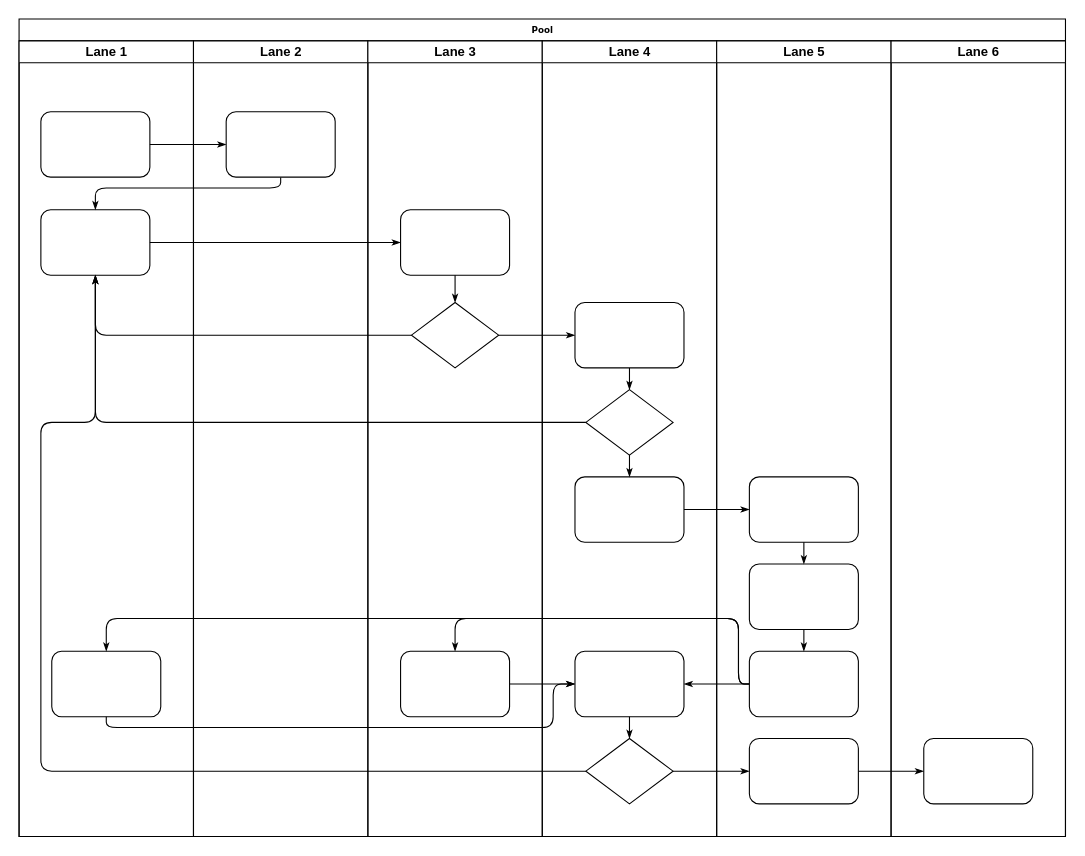
This is Untitled Diagram.drawio from kylaap/ccse100, a draw.io file, before an edit. Source tidied: cells renumbered, new cells numbered last; positions are measured from the earlier drawing's top-left corner, leaving out a move shared by most shapes. Both pictures are drawn from the tidied source at 109%, with x=0, y=0 at pixel (19, 19).
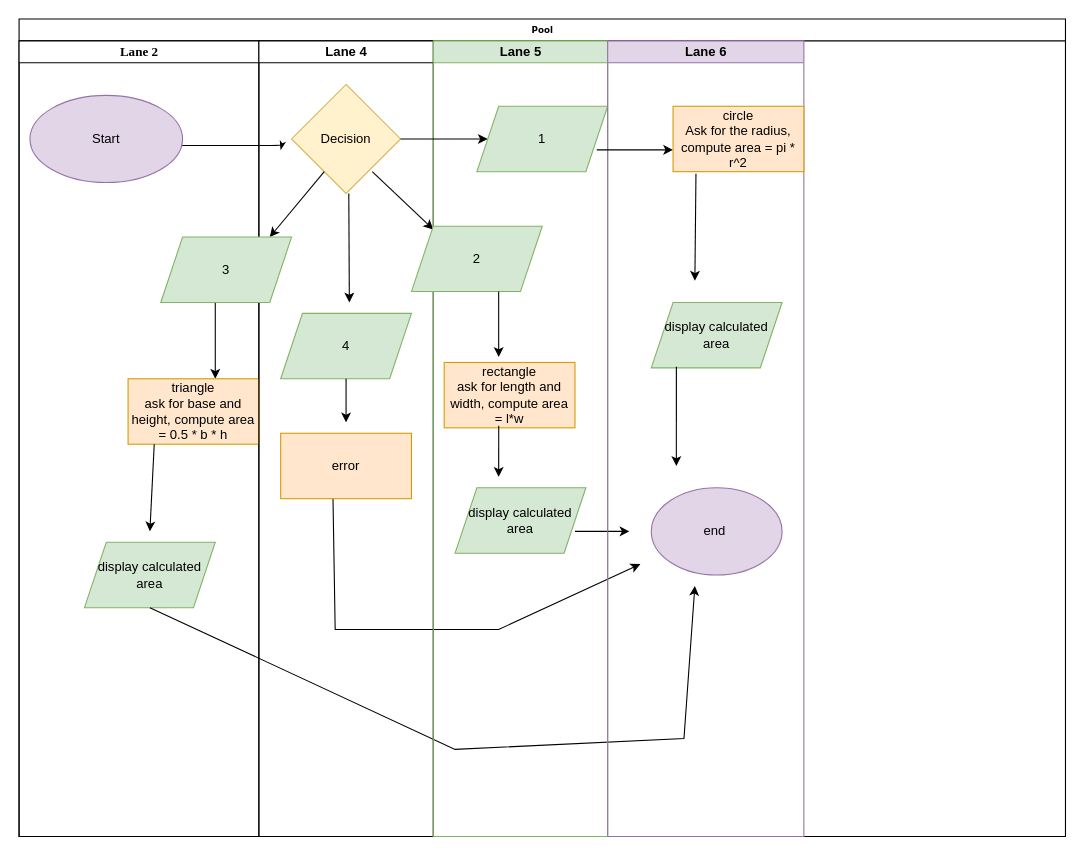
The same page after the edit.

Commit message:
assignment 3 flow chart

Unchanged cells that the change refers to:
```xml
<mxCell id="2" value="Pool" style="swimlane;html=1;startSize=20;rounded=0;shadow=0;labelBackgroundColor=none;strokeWidth=1;fontFamily=Verdana;fontSize=8;align=center;" parent="1" vertex="1">
  <mxGeometry width="960" height="750" as="geometry" />
</mxCell>
```

The edit, as a diff of the source:
```diff
@@
-    <mxCell id="3" value="Lane 1" style="swimlane;html=1;startSize=20;" parent="2" vertex="1">
-      <mxGeometry y="20" width="160" height="730" as="geometry" />
-    </mxCell>
-    <mxCell id="4" style="rounded=1;whiteSpace=wrap;html=1;shadow=0;labelBackgroundColor=none;strokeWidth=1;fontFamily=Verdana;fontSize=8;align=center;" parent="3" vertex="1">
-      <mxGeometry x="20" y="65" width="100" height="60" as="geometry" />
-    </mxCell>
-    <mxCell id="5" style="rounded=1;whiteSpace=wrap;html=1;shadow=0;labelBackgroundColor=none;strokeWidth=1;fontFamily=Verdana;fontSize=8;align=center;" parent="3" vertex="1">
-      <mxGeometry x="20" y="155" width="100" height="60" as="geometry" />
-    </mxCell>
-    <mxCell id="6" style="rounded=1;whiteSpace=wrap;html=1;shadow=0;labelBackgroundColor=none;strokeWidth=1;fontFamily=Verdana;fontSize=8;align=center;" parent="3" vertex="1">
-      <mxGeometry x="30" y="560" width="100" height="60" as="geometry" />
-    </mxCell>
-    <mxCell id="7" style="edgeStyle=orthogonalEdgeStyle;rounded=1;html=1;labelBackgroundColor=none;startArrow=none;startFill=0;startSize=5;endArrow=classicThin;endFill=1;endSize=5;jettySize=auto;strokeWidth=1;fontFamily=Verdana;fontSize=8;" parent="2" edge="1" source="4" target="23">
-      <mxGeometry relative="1" as="geometry" />
+    <mxCell id="7" style="edgeStyle=orthogonalEdgeStyle;rounded=1;html=1;labelBackgroundColor=none;startArrow=none;startFill=0;startSize=5;endArrow=classicThin;endFill=1;endSize=5;jettySize=auto;orthogonalLoop=1;strokeWidth=1;fontFamily=Verdana;fontSize=8;" parent="2" edge="1">
+      <mxGeometry relative="1" as="geometry">
+        <mxPoint x="120" y="115" as="sourcePoint" />
+        <mxPoint x="240" y="120" as="targetPoint" />
+        <Array as="points">
+          <mxPoint x="120" y="116" />
+          <mxPoint x="241" y="116" />
+        </Array>
+      </mxGeometry>
     </mxCell>
-    <mxCell id="8" style="edgeStyle=orthogonalEdgeStyle;rounded=1;html=1;labelBackgroundColor=none;startArrow=none;startFill=0;startSize=5;endArrow=classicThin;endFill=1;endSize=5;jettySize=auto;strokeWidth=1;fontFamily=Verdana;fontSize=8;" parent="2" edge="1" source="23" target="5">
-      <mxGeometry relative="1" as="geometry">
-        <Array as="points">
-          <mxPoint x="240" y="155" />
-          <mxPoint x="70" y="155" />
-        </Array>
-      </mxGeometry>
-    </mxCell>
-    <mxCell id="9" style="edgeStyle=orthogonalEdgeStyle;rounded=1;html=1;labelBackgroundColor=none;startArrow=none;startFill=0;startSize=5;endArrow=classicThin;endFill=1;endSize=5;jettySize=auto;strokeWidth=1;fontFamily=Verdana;fontSize=8;" parent="2" edge="1" source="5" target="25">
-      <mxGeometry relative="1" as="geometry" />
-    </mxCell>
-    <mxCell id="10" style="edgeStyle=orthogonalEdgeStyle;rounded=1;html=1;labelBackgroundColor=none;startArrow=none;startFill=0;startSize=5;endArrow=classicThin;endFill=1;endSize=5;jettySize=auto;strokeWidth=1;fontFamily=Verdana;fontSize=8;" parent="2" edge="1" source="26" target="5">
-      <mxGeometry relative="1" as="geometry" />
-    </mxCell>
-    <mxCell id="11" style="edgeStyle=orthogonalEdgeStyle;rounded=1;html=1;labelBackgroundColor=none;startArrow=none;startFill=0;startSize=5;endArrow=classicThin;endFill=1;endSize=5;jettySize=auto;strokeWidth=1;fontFamily=Verdana;fontSize=8;" parent="2" edge="1" source="31" target="5">
-      <mxGeometry relative="1" as="geometry" />
-    </mxCell>
-    <mxCell id="12" style="edgeStyle=orthogonalEdgeStyle;rounded=1;html=1;labelBackgroundColor=none;startArrow=none;startFill=0;startSize=5;endArrow=classicThin;endFill=1;endSize=5;jettySize=auto;strokeWidth=1;fontFamily=Verdana;fontSize=8;" parent="2" edge="1" source="34" target="5">
-      <mxGeometry relative="1" as="geometry">
-        <Array as="points">
-          <mxPoint x="20" y="690" />
-          <mxPoint x="20" y="370" />
-          <mxPoint x="70" y="370" />
-        </Array>
-      </mxGeometry>
-    </mxCell>
-    <mxCell id="13" style="edgeStyle=orthogonalEdgeStyle;rounded=1;html=1;labelBackgroundColor=none;startArrow=none;startFill=0;startSize=5;endArrow=classicThin;endFill=1;endSize=5;jettySize=auto;strokeWidth=1;fontFamily=Verdana;fontSize=8;" parent="2" edge="1" source="26" target="30">
-      <mxGeometry relative="1" as="geometry" />
-    </mxCell>
-    <mxCell id="14" style="edgeStyle=orthogonalEdgeStyle;rounded=1;html=1;labelBackgroundColor=none;startArrow=none;startFill=0;startSize=5;endArrow=classicThin;endFill=1;endSize=5;jettySize=auto;strokeWidth=1;fontFamily=Verdana;fontSize=8;" parent="2" edge="1" source="34" target="42">
-      <mxGeometry relative="1" as="geometry" />
-    </mxCell>
-    <mxCell id="15" style="edgeStyle=orthogonalEdgeStyle;rounded=1;html=1;labelBackgroundColor=none;startArrow=none;startFill=0;startSize=5;endArrow=classicThin;endFill=1;endSize=5;jettySize=auto;strokeWidth=1;fontFamily=Verdana;fontSize=8;" parent="2" edge="1" source="42" target="46">
-      <mxGeometry relative="1" as="geometry" />
-    </mxCell>
-    <mxCell id="16" style="edgeStyle=orthogonalEdgeStyle;rounded=1;html=1;labelBackgroundColor=none;startArrow=none;startFill=0;startSize=5;endArrow=classicThin;endFill=1;endSize=5;jettySize=auto;strokeWidth=1;fontFamily=Verdana;fontSize=8;" parent="2" edge="1" source="32" target="39">
-      <mxGeometry relative="1" as="geometry" />
-    </mxCell>
-    <mxCell id="17" style="edgeStyle=orthogonalEdgeStyle;rounded=1;html=1;labelBackgroundColor=none;startArrow=none;startFill=0;startSize=5;endArrow=classicThin;endFill=1;endSize=5;jettySize=auto;strokeWidth=1;fontFamily=Verdana;fontSize=8;" parent="2" edge="1" source="41" target="27">
-      <mxGeometry relative="1" as="geometry">
-        <Array as="points">
-          <mxPoint x="660" y="610" />
-          <mxPoint x="660" y="550" />
-          <mxPoint x="400" y="550" />
-        </Array>
-      </mxGeometry>
-    </mxCell>
-    <mxCell id="18" style="edgeStyle=orthogonalEdgeStyle;rounded=1;html=1;labelBackgroundColor=none;startArrow=none;startFill=0;startSize=5;endArrow=classicThin;endFill=1;endSize=5;jettySize=auto;strokeColor=#000000;strokeWidth=1;fontFamily=Verdana;fontSize=8;fontColor=#000000;" parent="2" edge="1" source="41" target="33">
-      <mxGeometry relative="1" as="geometry" />
-    </mxCell>
-    <mxCell id="19" style="edgeStyle=orthogonalEdgeStyle;rounded=1;html=1;labelBackgroundColor=none;startArrow=none;startFill=0;startSize=5;endArrow=classicThin;endFill=1;endSize=5;jettySize=auto;strokeWidth=1;fontFamily=Verdana;fontSize=8;" parent="2" edge="1" source="41" target="6">
-      <mxGeometry relative="1" as="geometry">
-        <Array as="points">
-          <mxPoint x="660" y="610" />
-          <mxPoint x="660" y="550" />
-          <mxPoint x="80" y="550" />
-        </Array>
-      </mxGeometry>
-    </mxCell>
-    <mxCell id="20" style="edgeStyle=orthogonalEdgeStyle;rounded=1;html=1;labelBackgroundColor=none;startArrow=none;startFill=0;startSize=5;endArrow=classicThin;endFill=1;endSize=5;jettySize=auto;strokeWidth=1;fontFamily=Verdana;fontSize=8;" parent="2" edge="1" source="6" target="33">
-      <mxGeometry relative="1" as="geometry">
-        <Array as="points">
-          <mxPoint x="80" y="650" />
-          <mxPoint x="490" y="650" />
-          <mxPoint x="490" y="610" />
-        </Array>
-      </mxGeometry>
-    </mxCell>
-    <mxCell id="21" style="edgeStyle=orthogonalEdgeStyle;rounded=1;html=1;labelBackgroundColor=none;startArrow=none;startFill=0;startSize=5;endArrow=classicThin;endFill=1;endSize=5;jettySize=auto;strokeWidth=1;fontFamily=Verdana;fontSize=8;" parent="2" edge="1" source="27" target="33">
-      <mxGeometry relative="1" as="geometry" />
-    </mxCell>
-    <mxCell id="22" value="Lane 2" style="swimlane;html=1;startSize=20;" parent="2" vertex="1">
-      <mxGeometry x="160" y="20" width="160" height="730" as="geometry" />
+    <mxCell id="22" value="Lane 2" style="swimlane;html=1;startSize=20;fontFamily=Times New Roman;" parent="2" vertex="1">
+      <mxGeometry y="20" width="220" height="730" as="geometry" />
     </mxCell>
-    <mxCell id="23" style="rounded=1;whiteSpace=wrap;html=1;shadow=0;labelBackgroundColor=none;strokeWidth=1;fontFamily=Verdana;fontSize=8;align=center;" parent="22" vertex="1">
-      <mxGeometry x="30" y="65" width="100" height="60" as="geometry" />
-    </mxCell>
-    <mxCell id="24" value="Lane 3" style="swimlane;html=1;startSize=20;" parent="2" vertex="1">
-      <mxGeometry x="320" y="20" width="160" height="730" as="geometry" />
-    </mxCell>
-    <mxCell id="25" style="rounded=1;whiteSpace=wrap;html=1;shadow=0;labelBackgroundColor=none;strokeWidth=1;fontFamily=Verdana;fontSize=8;align=center;" parent="24" vertex="1">
-      <mxGeometry x="30" y="155" width="100" height="60" as="geometry" />
-    </mxCell>
-    <mxCell id="26" style="rhombus;whiteSpace=wrap;html=1;rounded=0;shadow=0;labelBackgroundColor=none;strokeWidth=1;fontFamily=Verdana;fontSize=8;align=center;" parent="24" vertex="1">
-      <mxGeometry x="40" y="240" width="80" height="60" as="geometry" />
-    </mxCell>
-    <mxCell id="27" style="rounded=1;whiteSpace=wrap;html=1;shadow=0;labelBackgroundColor=none;strokeWidth=1;fontFamily=Verdana;fontSize=8;align=center;" parent="24" vertex="1">
-      <mxGeometry x="30" y="560" width="100" height="60" as="geometry" />
-    </mxCell>
-    <mxCell id="28" style="edgeStyle=orthogonalEdgeStyle;rounded=1;html=1;labelBackgroundColor=none;startArrow=none;startFill=0;startSize=5;endArrow=classicThin;endFill=1;endSize=5;jettySize=auto;strokeWidth=1;fontFamily=Verdana;fontSize=8;" parent="24" edge="1" source="25" target="26">
-      <mxGeometry relative="1" as="geometry" />
-    </mxCell>
+    <mxCell id="47" value="Start" style="ellipse;whiteSpace=wrap;html=1;fillColor=#e1d5e7;strokeColor=#9673a6;" parent="22" vertex="1">
+      <mxGeometry x="10" y="50" width="140" height="80" as="geometry" />
+    </mxCell>
+    <mxCell id="48" style="endArrow=classic;html=1;rounded=0;" parent="22" edge="1">
+      <mxGeometry relative="1" as="geometry">
+        <mxPoint x="180" y="240" as="sourcePoint" />
+        <mxPoint x="180" y="310" as="targetPoint" />
+      </mxGeometry>
+    </mxCell>
+    <mxCell id="49" value="triangle&lt;div&gt;ask for base and height, compute area = 0.5 * b * h&lt;/div&gt;" style="rounded=0;whiteSpace=wrap;html=1;fillColor=#ffe6cc;strokeColor=#d79b00;" parent="22" vertex="1">
+      <mxGeometry x="100" y="310" width="120" height="60" as="geometry" />
+    </mxCell>
+    <mxCell id="50" value="display calculated area" style="shape=parallelogram;perimeter=parallelogramPerimeter;whiteSpace=wrap;html=1;fixedSize=1;fillColor=#d5e8d4;strokeColor=#82b366;" parent="22" vertex="1">
+      <mxGeometry x="60" y="460" width="120" height="60" as="geometry" />
+    </mxCell>
+    <mxCell id="51" style="endArrow=classic;html=1;rounded=0;exitX=0.2;exitY=1;exitDx=0;exitDy=0;exitPerimeter=0;" parent="22" edge="1" source="49">
+      <mxGeometry relative="1" as="geometry">
+        <mxPoint x="120" y="450" as="targetPoint" />
+      </mxGeometry>
+    </mxCell>
+    <mxCell id="52" style="endArrow=classic;html=1;rounded=0;exitX=0.5;exitY=1;exitDx=0;exitDy=0;" parent="22" edge="1" source="50">
+      <mxGeometry relative="1" as="geometry">
+        <mxPoint x="620" y="500" as="targetPoint" />
+        <Array as="points">
+          <mxPoint x="400" y="650" />
+          <mxPoint x="610" y="640" />
+        </Array>
+      </mxGeometry>
+    </mxCell>
     <mxCell id="29" value="Lane 4" style="swimlane;html=1;startSize=20;" parent="2" vertex="1">
-      <mxGeometry x="480" y="20" width="160" height="730" as="geometry" />
+      <mxGeometry x="220" y="20" width="160" height="730" as="geometry" />
     </mxCell>
-    <mxCell id="30" style="rounded=1;whiteSpace=wrap;html=1;shadow=0;labelBackgroundColor=none;strokeWidth=1;fontFamily=Verdana;fontSize=8;align=center;" parent="29" vertex="1">
-      <mxGeometry x="30" y="240" width="100" height="60" as="geometry" />
-    </mxCell>
-    <mxCell id="31" style="rhombus;whiteSpace=wrap;html=1;rounded=0;shadow=0;labelBackgroundColor=none;strokeWidth=1;fontFamily=Verdana;fontSize=8;align=center;" parent="29" vertex="1">
-      <mxGeometry x="40" y="320" width="80" height="60" as="geometry" />
-    </mxCell>
-    <mxCell id="32" style="rounded=1;whiteSpace=wrap;html=1;shadow=0;labelBackgroundColor=none;strokeWidth=1;fontFamily=Verdana;fontSize=8;align=center;" parent="29" vertex="1">
-      <mxGeometry x="30" y="400" width="100" height="60" as="geometry" />
-    </mxCell>
-    <mxCell id="33" style="rounded=1;whiteSpace=wrap;html=1;shadow=0;labelBackgroundColor=none;strokeWidth=1;fontFamily=Verdana;fontSize=8;align=center;" parent="29" vertex="1">
-      <mxGeometry x="30" y="560" width="100" height="60" as="geometry" />
-    </mxCell>
-    <mxCell id="34" style="rhombus;whiteSpace=wrap;html=1;rounded=0;shadow=0;labelBackgroundColor=none;strokeWidth=1;fontFamily=Verdana;fontSize=8;align=center;" parent="29" vertex="1">
-      <mxGeometry x="40" y="640" width="80" height="60" as="geometry" />
-    </mxCell>
-    <mxCell id="35" style="edgeStyle=orthogonalEdgeStyle;rounded=1;html=1;labelBackgroundColor=none;startArrow=none;startFill=0;startSize=5;endArrow=classicThin;endFill=1;endSize=5;jettySize=auto;strokeColor=#000000;strokeWidth=1;fontFamily=Verdana;fontSize=8;fontColor=#000000;" parent="29" edge="1" source="30" target="31">
-      <mxGeometry relative="1" as="geometry" />
-    </mxCell>
-    <mxCell id="36" style="edgeStyle=orthogonalEdgeStyle;rounded=1;html=1;labelBackgroundColor=none;startArrow=none;startFill=0;startSize=5;endArrow=classicThin;endFill=1;endSize=5;jettySize=auto;strokeWidth=1;fontFamily=Verdana;fontSize=8;" parent="29" edge="1" source="31" target="32">
-      <mxGeometry relative="1" as="geometry" />
-    </mxCell>
-    <mxCell id="37" style="edgeStyle=orthogonalEdgeStyle;rounded=1;html=1;labelBackgroundColor=none;startArrow=none;startFill=0;startSize=5;endArrow=classicThin;endFill=1;endSize=5;jettySize=auto;strokeWidth=1;fontFamily=Verdana;fontSize=8;" parent="29" edge="1" source="33" target="34">
-      <mxGeometry relative="1" as="geometry" />
-    </mxCell>
+    <mxCell id="53" value="Decision" style="rhombus;whiteSpace=wrap;html=1;fillColor=#fff2cc;strokeColor=#d6b656;" parent="29" vertex="1">
+      <mxGeometry x="30" y="40" width="100" height="100" as="geometry" />
+    </mxCell>
+    <mxCell id="54" style="endArrow=classic;html=1;rounded=0;" parent="29" edge="1">
+      <mxGeometry relative="1" as="geometry">
+        <mxPoint x="60" y="120" as="sourcePoint" />
+        <mxPoint x="10" y="180" as="targetPoint" />
+      </mxGeometry>
+    </mxCell>
+    <mxCell id="55" style="endArrow=classic;html=1;rounded=0;exitX=0.84;exitY=0.67;exitDx=0;exitDy=0;exitPerimeter=0;" parent="29" edge="1">
+      <mxGeometry relative="1" as="geometry">
+        <mxPoint x="104" y="120" as="sourcePoint" />
+        <mxPoint x="160" y="173" as="targetPoint" />
+      </mxGeometry>
+    </mxCell>
+    <mxCell id="56" value="3" style="shape=parallelogram;perimeter=parallelogramPerimeter;whiteSpace=wrap;html=1;fixedSize=1;fillColor=#d5e8d4;strokeColor=#82b366;" parent="29" vertex="1">
+      <mxGeometry x="-90" y="180" width="120" height="60" as="geometry" />
+    </mxCell>
+    <mxCell id="57" value="4" style="shape=parallelogram;perimeter=parallelogramPerimeter;whiteSpace=wrap;html=1;fixedSize=1;fillColor=#d5e8d4;strokeColor=#82b366;" parent="29" vertex="1">
+      <mxGeometry x="20" y="250" width="120" height="60" as="geometry" />
+    </mxCell>
+    <mxCell id="58" style="endArrow=classic;html=1;rounded=0;" parent="29" edge="1">
+      <mxGeometry relative="1" as="geometry">
+        <mxPoint x="82.5" y="140" as="sourcePoint" />
+        <mxPoint x="83" y="240" as="targetPoint" />
+      </mxGeometry>
+    </mxCell>
+    <mxCell id="59" style="endArrow=classic;html=1;rounded=0;exitX=0.4;exitY=1;exitDx=0;exitDy=0;exitPerimeter=0;" parent="29" edge="1" source="60">
+      <mxGeometry relative="1" as="geometry">
+        <mxPoint x="350" y="480" as="targetPoint" />
+        <Array as="points">
+          <mxPoint x="70" y="540" />
+          <mxPoint x="220" y="540" />
+        </Array>
+      </mxGeometry>
+    </mxCell>
+    <mxCell id="60" value="error" style="rounded=0;whiteSpace=wrap;html=1;fillColor=#ffe6cc;strokeColor=#d79b00;" parent="29" vertex="1">
+      <mxGeometry x="20" y="360" width="120" height="60" as="geometry" />
+    </mxCell>
+    <mxCell id="61" style="endArrow=classic;html=1;rounded=0;exitX=0.5;exitY=1;exitDx=0;exitDy=0;" parent="29" edge="1" source="57">
+      <mxGeometry relative="1" as="geometry">
+        <mxPoint x="80" y="350" as="targetPoint" />
+      </mxGeometry>
+    </mxCell>
-    <mxCell id="38" value="Lane 5" style="swimlane;html=1;startSize=20;" parent="2" vertex="1">
-      <mxGeometry x="640" y="20" width="160" height="730" as="geometry" />
+    <mxCell id="38" value="Lane 5" style="swimlane;html=1;startSize=20;fillColor=#d5e8d4;strokeColor=#82b366;" parent="2" vertex="1">
+      <mxGeometry x="380" y="20" width="160" height="730" as="geometry" />
     </mxCell>
-    <mxCell id="39" style="rounded=1;whiteSpace=wrap;html=1;shadow=0;labelBackgroundColor=none;strokeWidth=1;fontFamily=Verdana;fontSize=8;align=center;" parent="38" vertex="1">
-      <mxGeometry x="30" y="400" width="100" height="60" as="geometry" />
-    </mxCell>
-    <mxCell id="40" style="rounded=1;whiteSpace=wrap;html=1;shadow=0;labelBackgroundColor=none;strokeWidth=1;fontFamily=Verdana;fontSize=8;align=center;" parent="38" vertex="1">
-      <mxGeometry x="30" y="480" width="100" height="60" as="geometry" />
-    </mxCell>
-    <mxCell id="41" style="rounded=1;whiteSpace=wrap;html=1;shadow=0;labelBackgroundColor=none;strokeWidth=1;fontFamily=Verdana;fontSize=8;align=center;" parent="38" vertex="1">
-      <mxGeometry x="30" y="560" width="100" height="60" as="geometry" />
-    </mxCell>
-    <mxCell id="42" style="rounded=1;whiteSpace=wrap;html=1;shadow=0;labelBackgroundColor=none;strokeWidth=1;fontFamily=Verdana;fontSize=8;align=center;" parent="38" vertex="1">
-      <mxGeometry x="30" y="640" width="100" height="60" as="geometry" />
-    </mxCell>
-    <mxCell id="43" style="edgeStyle=orthogonalEdgeStyle;rounded=1;html=1;labelBackgroundColor=none;startArrow=none;startFill=0;startSize=5;endArrow=classicThin;endFill=1;endSize=5;jettySize=auto;strokeWidth=1;fontFamily=Verdana;fontSize=8;" parent="38" edge="1" source="39" target="40">
-      <mxGeometry relative="1" as="geometry" />
-    </mxCell>
-    <mxCell id="44" style="edgeStyle=orthogonalEdgeStyle;rounded=1;html=1;labelBackgroundColor=none;startArrow=none;startFill=0;startSize=5;endArrow=classicThin;endFill=1;endSize=5;jettySize=auto;strokeWidth=1;fontFamily=Verdana;fontSize=8;" parent="38" edge="1" source="40" target="41">
-      <mxGeometry relative="1" as="geometry" />
-    </mxCell>
+    <mxCell id="62" style="endArrow=classic;html=1;rounded=0;" parent="38" edge="1">
+      <mxGeometry relative="1" as="geometry">
+        <mxPoint x="-30" y="90" as="sourcePoint" />
+        <mxPoint x="50" y="90" as="targetPoint" />
+      </mxGeometry>
+    </mxCell>
+    <mxCell id="63" value="1" style="shape=parallelogram;perimeter=parallelogramPerimeter;whiteSpace=wrap;html=1;fixedSize=1;fillColor=#d5e8d4;strokeColor=#82b366;" parent="38" vertex="1">
+      <mxGeometry x="40" y="60" width="120" height="60" as="geometry" />
+    </mxCell>
+    <mxCell id="64" value="2" style="shape=parallelogram;perimeter=parallelogramPerimeter;whiteSpace=wrap;html=1;fixedSize=1;fillColor=#d5e8d4;strokeColor=#82b366;" parent="38" vertex="1">
+      <mxGeometry x="-20" y="170" width="120" height="60" as="geometry" />
+    </mxCell>
+    <mxCell id="65" style="endArrow=classic;html=1;rounded=0;" parent="38" edge="1">
+      <mxGeometry relative="1" as="geometry">
+        <mxPoint x="60" y="230" as="sourcePoint" />
+        <mxPoint x="60" y="290" as="targetPoint" />
+      </mxGeometry>
+    </mxCell>
+    <mxCell id="66" value="rectangle&lt;div&gt;ask for length and width, compute area = l*w&lt;/div&gt;" style="rounded=0;whiteSpace=wrap;html=1;fillColor=#ffe6cc;strokeColor=#d79b00;" parent="38" vertex="1">
+      <mxGeometry x="10" y="295" width="120" height="60" as="geometry" />
+    </mxCell>
+    <mxCell id="67" value="display calculated area" style="shape=parallelogram;perimeter=parallelogramPerimeter;whiteSpace=wrap;html=1;fixedSize=1;fillColor=#d5e8d4;strokeColor=#82b366;" parent="38" vertex="1">
+      <mxGeometry x="20" y="410" width="120" height="60" as="geometry" />
+    </mxCell>
+    <mxCell id="68" style="endArrow=classic;html=1;rounded=0;" parent="38" edge="1">
+      <mxGeometry relative="1" as="geometry">
+        <mxPoint x="130" y="450" as="sourcePoint" />
+        <mxPoint x="180" y="450" as="targetPoint" />
+      </mxGeometry>
+    </mxCell>
-    <mxCell id="45" value="Lane 6" style="swimlane;html=1;startSize=20;" parent="2" vertex="1">
-      <mxGeometry x="800" y="20" width="160" height="730" as="geometry" />
+    <mxCell id="45" value="Lane 6" style="swimlane;html=1;startSize=20;fillColor=#e1d5e7;strokeColor=#9673a6;" parent="2" vertex="1">
+      <mxGeometry x="540" y="20" width="180" height="730" as="geometry" />
     </mxCell>
-    <mxCell id="46" style="rounded=1;whiteSpace=wrap;html=1;shadow=0;labelBackgroundColor=none;strokeWidth=1;fontFamily=Verdana;fontSize=8;align=center;" parent="45" vertex="1">
-      <mxGeometry x="30" y="640" width="100" height="60" as="geometry" />
-    </mxCell>
+    <mxCell id="69" style="endArrow=classic;html=1;rounded=0;" parent="45" edge="1">
+      <mxGeometry relative="1" as="geometry">
+        <mxPoint x="-10" y="100" as="sourcePoint" />
+        <mxPoint x="60" y="100" as="targetPoint" />
+      </mxGeometry>
+    </mxCell>
+    <mxCell id="70" value="circle&lt;div&gt;Ask for the radius, compute area = pi * r^2&lt;/div&gt;" style="rounded=0;whiteSpace=wrap;html=1;fillColor=#ffe6cc;strokeColor=#d79b00;" parent="45" vertex="1">
+      <mxGeometry x="60" y="60" width="120" height="60" as="geometry" />
+    </mxCell>
+    <mxCell id="71" value="end&amp;nbsp;" style="ellipse;whiteSpace=wrap;html=1;fillColor=#e1d5e7;strokeColor=#9673a6;" parent="45" vertex="1">
+      <mxGeometry x="40" y="410" width="120" height="80" as="geometry" />
+    </mxCell>
+    <mxCell id="72" value="display calculated area" style="shape=parallelogram;perimeter=parallelogramPerimeter;whiteSpace=wrap;html=1;fixedSize=1;fillColor=#d5e8d4;strokeColor=#82b366;" parent="45" vertex="1">
+      <mxGeometry x="40" y="240" width="120" height="60" as="geometry" />
+    </mxCell>
+    <mxCell id="73" style="endArrow=classic;html=1;rounded=0;exitX=0.175;exitY=1.033;exitDx=0;exitDy=0;exitPerimeter=0;" parent="45" edge="1" source="70">
+      <mxGeometry relative="1" as="geometry">
+        <mxPoint x="80" y="220" as="targetPoint" />
+      </mxGeometry>
+    </mxCell>
+    <mxCell id="74" style="endArrow=classic;html=1;rounded=0;exitX=0.192;exitY=0.983;exitDx=0;exitDy=0;exitPerimeter=0;" parent="45" edge="1" source="72">
+      <mxGeometry relative="1" as="geometry">
+        <mxPoint x="63" y="390" as="targetPoint" />
+      </mxGeometry>
+    </mxCell>
+    <mxCell id="75" style="endArrow=classic;html=1;rounded=0;exitX=0.417;exitY=0.967;exitDx=0;exitDy=0;exitPerimeter=0;" parent="1" edge="1" source="66">
+      <mxGeometry relative="1" as="geometry">
+        <mxPoint x="440" y="420" as="targetPoint" />
+      </mxGeometry>
+    </mxCell>
```
